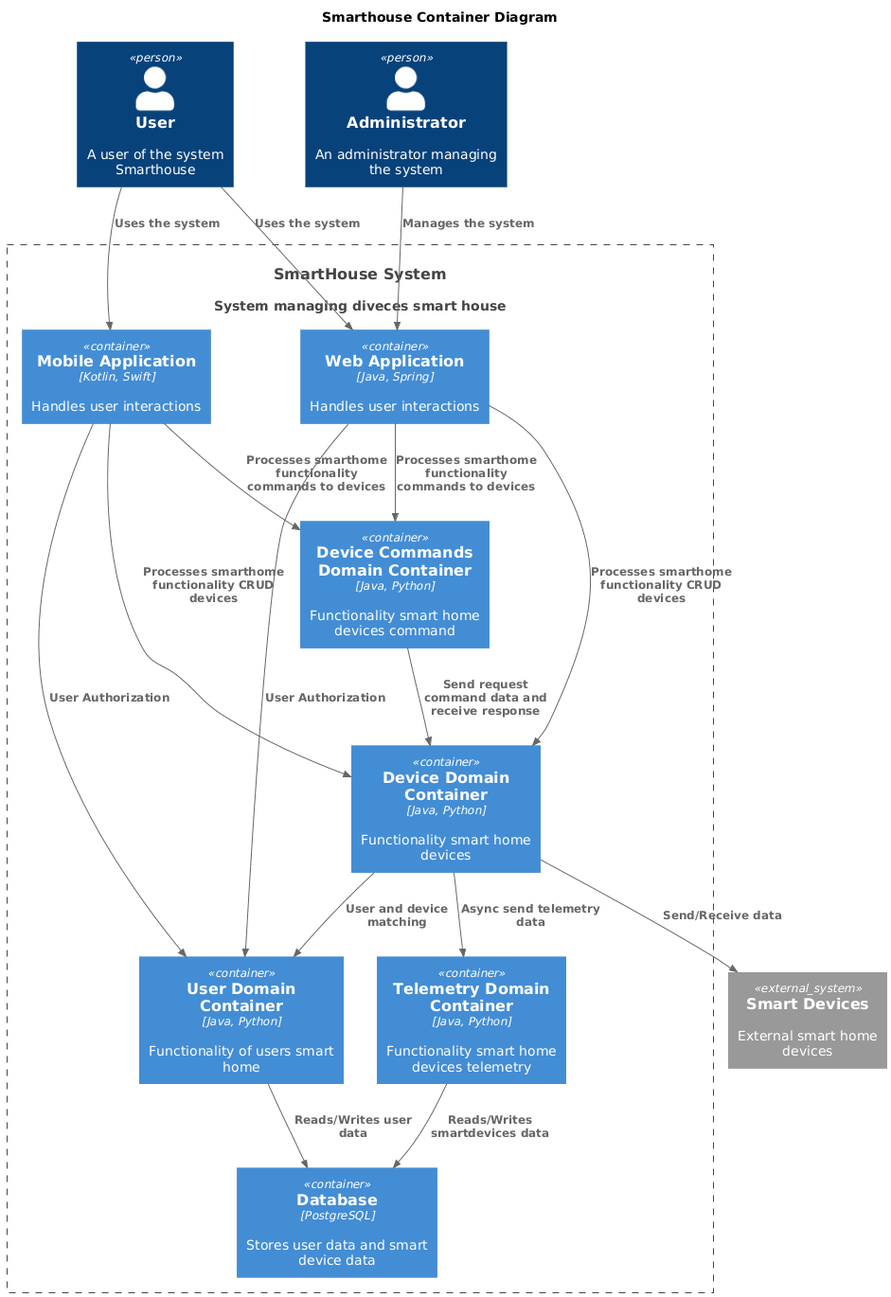
Above: schemas/smarthouse_container.png in baranovilyaserg/architecture-pro-warmhouse (PlantUML), before the change.
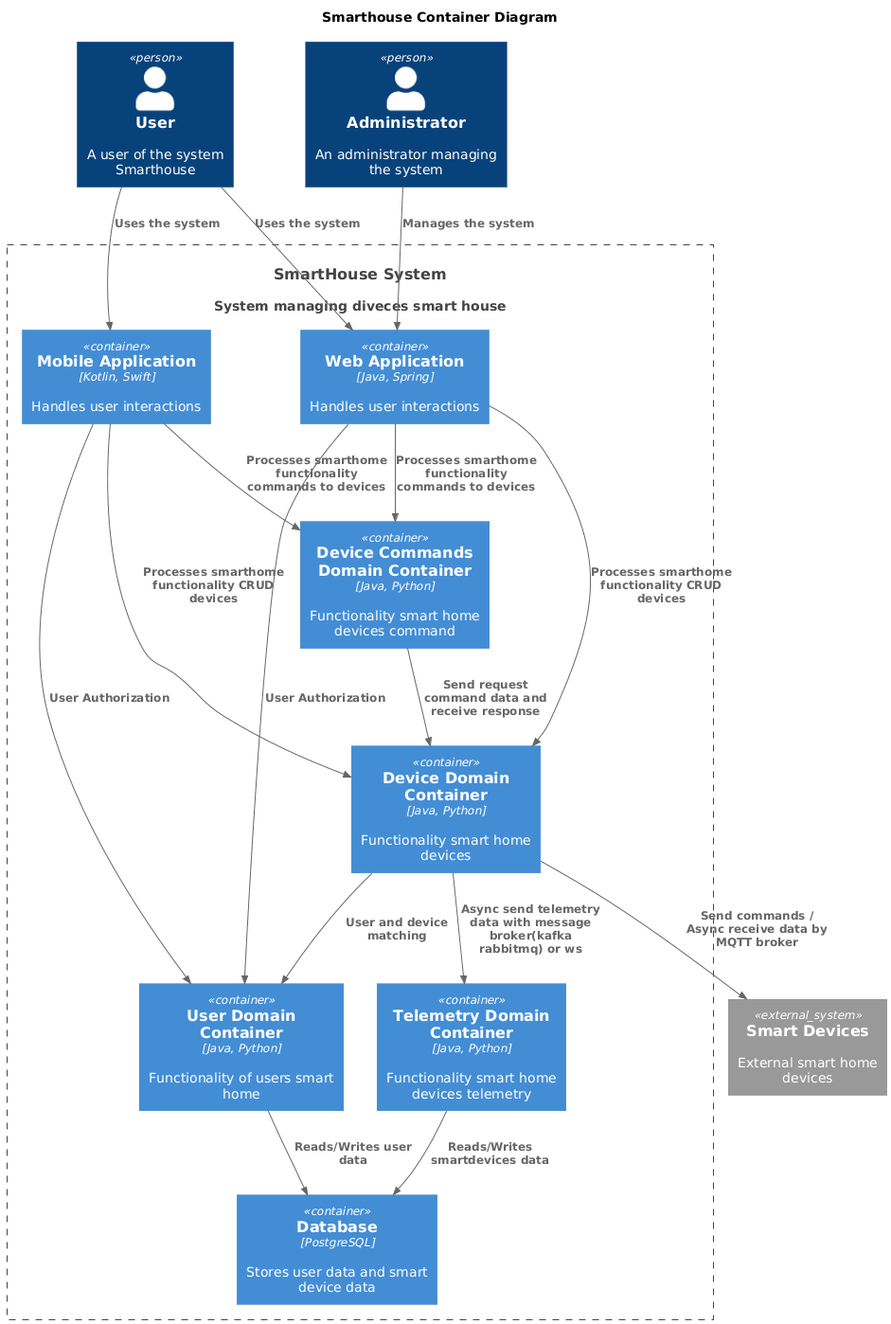
After the commit.

Diff of the diagram source:
```diff
@@ -33,7 +33,7 @@
 Rel(TelemetryDomainContainer, Database, "Reads/Writes smartdevices data")
 Rel(UserDomainContainer, Database, "Reads/Writes user data")
 Rel(DeviceCommandsDomainContainer, DeviceDomainContainer, "Send request command data and receive response")
-Rel(DeviceDomainContainer, SmartDevices, "Send/Receive data")
+Rel(DeviceDomainContainer, SmartDevices, "Send commands / Async receive data by MQTT broker")
 Rel(DeviceDomainContainer, UserDomainContainer, "User and device matching")
-Rel(DeviceDomainContainer, TelemetryDomainContainer, "Async send telemetry data")
+Rel(DeviceDomainContainer, TelemetryDomainContainer, "Async send telemetry data with message broker(kafka rabbitmq) or ws")
 @enduml
```
